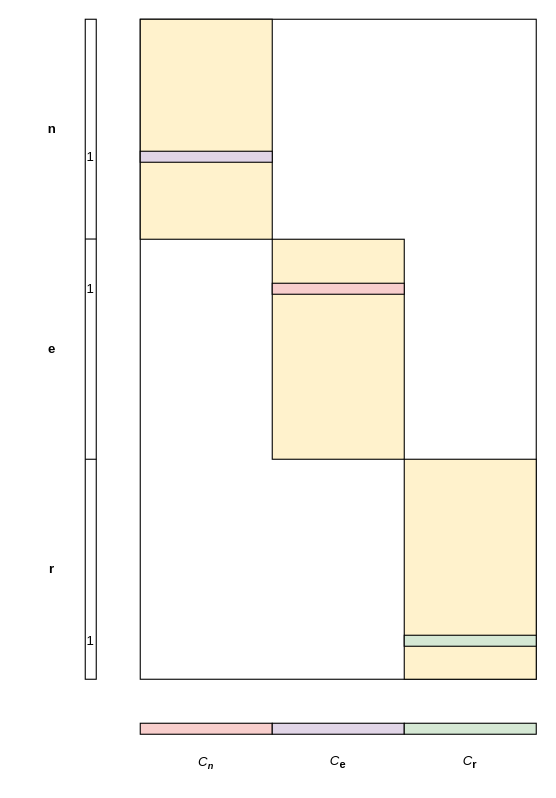
Before: docs/img/embedding.drawio in particle1331/ok-transformer, a draw.io diagram. Source tidied: cells renumbered, new cells numbered last; positions are measured from the earlier drawing's top-left corner, leaving out a move shared by most shapes. Both pictures are drawn from the tidied source at 110%, with x=0, y=0 at pixel (19, 19).
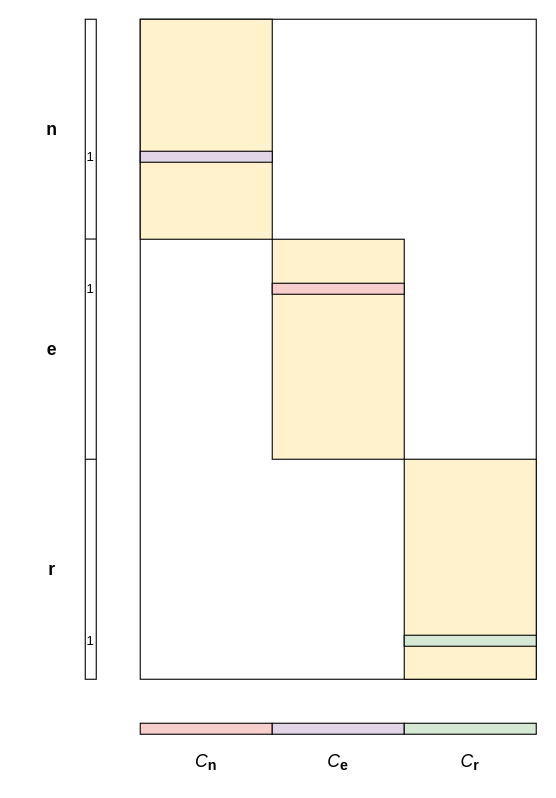
The same page after the edit.

The edit, as a diff of the source:
```diff
@@
-    <mxCell id="18" value="&lt;b&gt;n&lt;/b&gt;" style="text;html=1;strokeColor=none;fillColor=none;align=center;verticalAlign=middle;whiteSpace=wrap;rounded=0;" parent="1" vertex="1">
+    <mxCell id="18" value="&lt;b&gt;&lt;font style=&quot;font-size: 16px;&quot;&gt;n&lt;/font&gt;&lt;/b&gt;" style="text;html=1;strokeColor=none;fillColor=none;align=center;verticalAlign=middle;whiteSpace=wrap;rounded=0;" parent="1" vertex="1">
       <mxGeometry y="85" width="60" height="30" as="geometry" />
     </mxCell>
-    <mxCell id="19" value="&lt;b&gt;e&lt;/b&gt;" style="text;html=1;strokeColor=none;fillColor=none;align=center;verticalAlign=middle;whiteSpace=wrap;rounded=0;" parent="1" vertex="1">
+    <mxCell id="19" value="&lt;b&gt;&lt;font style=&quot;font-size: 16px;&quot;&gt;e&lt;/font&gt;&lt;/b&gt;" style="text;html=1;strokeColor=none;fillColor=none;align=center;verticalAlign=middle;whiteSpace=wrap;rounded=0;" parent="1" vertex="1">
       <mxGeometry y="285" width="60" height="30" as="geometry" />
     </mxCell>
-    <mxCell id="20" value="&lt;b&gt;r&lt;/b&gt;" style="text;html=1;strokeColor=none;fillColor=none;align=center;verticalAlign=middle;whiteSpace=wrap;rounded=0;" parent="1" vertex="1">
+    <mxCell id="20" value="&lt;b&gt;&lt;font style=&quot;font-size: 16px;&quot;&gt;r&lt;/font&gt;&lt;/b&gt;" style="text;html=1;strokeColor=none;fillColor=none;align=center;verticalAlign=middle;whiteSpace=wrap;rounded=0;" parent="1" vertex="1">
       <mxGeometry y="485" width="60" height="30" as="geometry" />
     </mxCell>
-    <mxCell id="21" value="&lt;i&gt;C&lt;/i&gt;&lt;sub&gt;&lt;b&gt;e&lt;/b&gt;&lt;/sub&gt;" style="text;html=1;strokeColor=none;fillColor=none;align=center;verticalAlign=middle;whiteSpace=wrap;rounded=0;" parent="1" vertex="1">
+    <mxCell id="21" value="&lt;font style=&quot;&quot;&gt;&lt;i style=&quot;font-size: 16px;&quot;&gt;C&lt;/i&gt;&lt;sub style=&quot;&quot;&gt;&lt;b style=&quot;&quot;&gt;&lt;font style=&quot;font-size: 13px;&quot;&gt;e&lt;/font&gt;&lt;/b&gt;&lt;/sub&gt;&lt;/font&gt;" style="text;html=1;strokeColor=none;fillColor=none;align=center;verticalAlign=middle;whiteSpace=wrap;rounded=0;" parent="1" vertex="1">
       <mxGeometry x="260" y="660" width="60" height="30" as="geometry" />
     </mxCell>
-    <mxCell id="22" value="&lt;i&gt;C&lt;span style=&quot;font-size: 10px;&quot;&gt;&lt;b&gt;&lt;sub&gt;n&lt;/sub&gt;&lt;/b&gt;&lt;/span&gt;&lt;/i&gt;" style="text;html=1;strokeColor=none;fillColor=none;align=center;verticalAlign=middle;whiteSpace=wrap;rounded=0;" parent="1" vertex="1">
+    <mxCell id="22" value="&lt;font style=&quot;&quot;&gt;&lt;i style=&quot;font-size: 16px;&quot;&gt;C&lt;/i&gt;&lt;b style=&quot;&quot;&gt;&lt;sub style=&quot;&quot;&gt;&lt;font style=&quot;font-size: 13px;&quot;&gt;n&lt;/font&gt;&lt;/sub&gt;&lt;/b&gt;&lt;/font&gt;" style="text;html=1;strokeColor=none;fillColor=none;align=center;verticalAlign=middle;whiteSpace=wrap;rounded=0;" parent="1" vertex="1">
       <mxGeometry x="140" y="660" width="60" height="30" as="geometry" />
     </mxCell>
-    <mxCell id="23" value="&lt;i&gt;C&lt;/i&gt;&lt;sub&gt;&lt;b&gt;r&lt;/b&gt;&lt;/sub&gt;" style="text;html=1;strokeColor=none;fillColor=none;align=center;verticalAlign=middle;whiteSpace=wrap;rounded=0;" parent="1" vertex="1">
+    <mxCell id="23" value="&lt;font style=&quot;&quot;&gt;&lt;i style=&quot;font-size: 16px;&quot;&gt;C&lt;/i&gt;&lt;sub style=&quot;&quot;&gt;&lt;b style=&quot;&quot;&gt;&lt;font style=&quot;font-size: 13px;&quot;&gt;r&lt;/font&gt;&lt;/b&gt;&lt;/sub&gt;&lt;/font&gt;" style="text;html=1;strokeColor=none;fillColor=none;align=center;verticalAlign=middle;whiteSpace=wrap;rounded=0;" parent="1" vertex="1">
       <mxGeometry x="380" y="660" width="60" height="30" as="geometry" />
     </mxCell>
```
